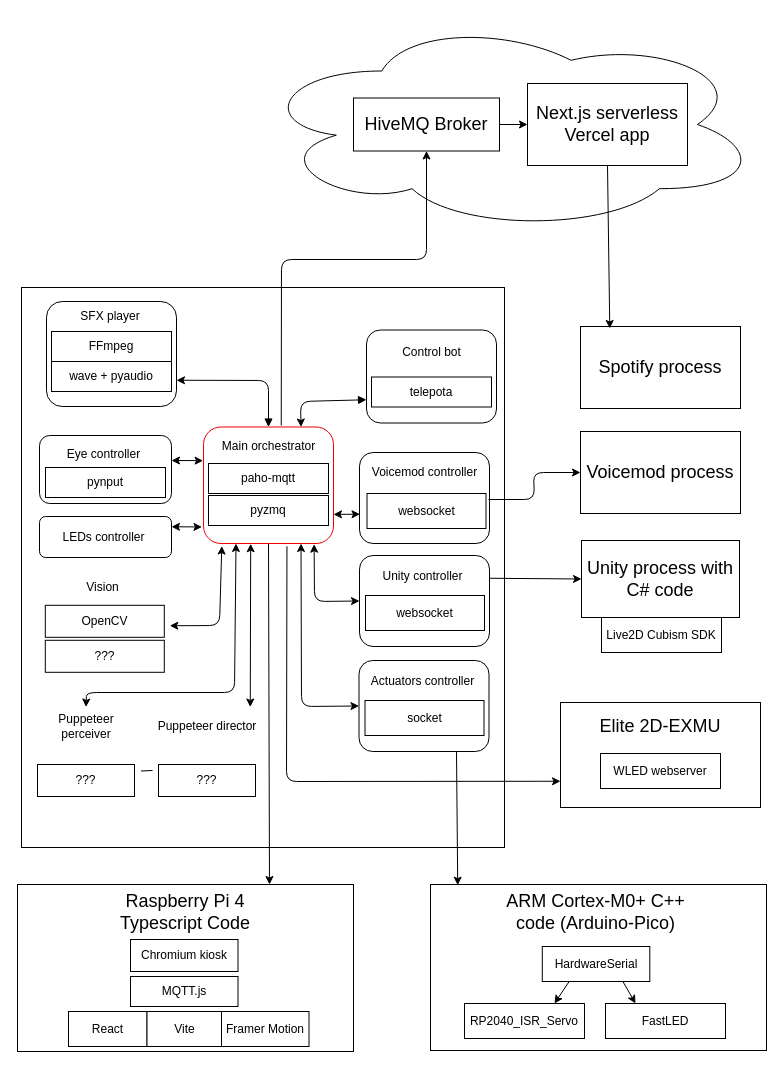
MekhyW/DYNAMO2-Electronic-Fursuit-3.0 keeps this draw.io diagram as Planning/Software.drawio. Above is the earlier version. Source tidied: cells renumbered, new cells numbered last; positions are measured from the earlier drawing's top-left corner, leaving out a move shared by most shapes. Both pictures are drawn from the tidied source at 100%, with x=0, y=0 at pixel (17, 17).
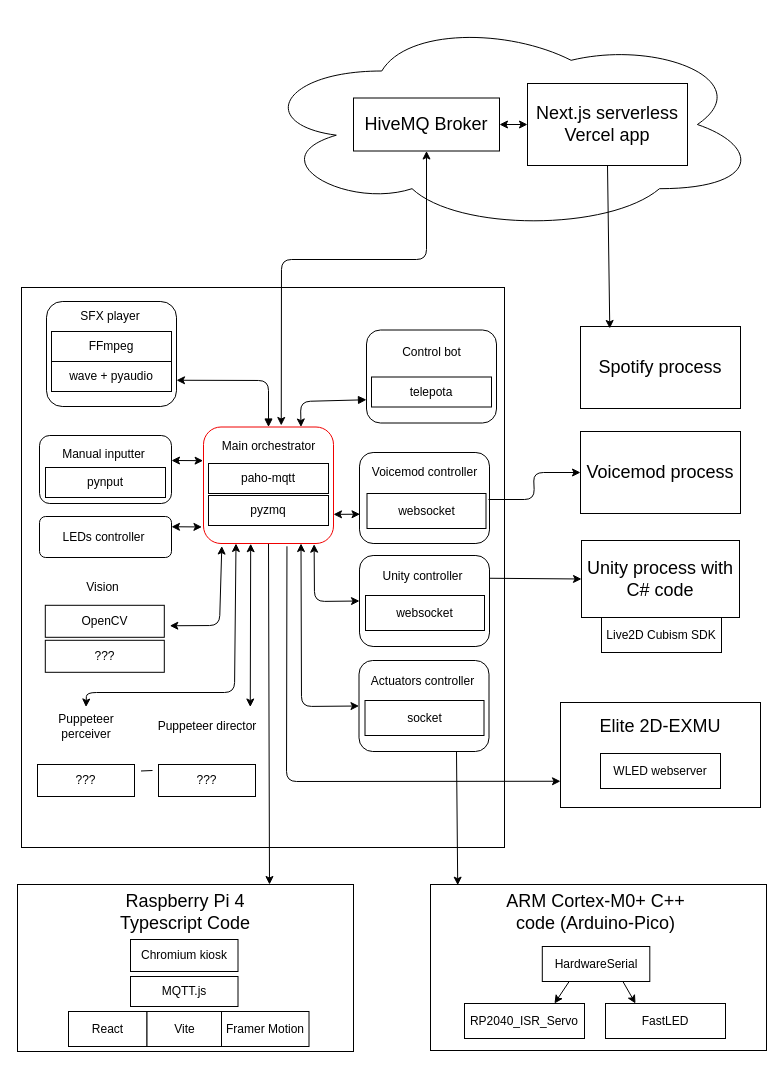
The same page after the edit.

Unchanged cells that the change refers to:
```xml
<mxCell id="32" value="&lt;font style=&quot;font-size: 18px;&quot;&gt;HiveMQ Broker&lt;/font&gt;" style="rounded=0;whiteSpace=wrap;html=1;" parent="1" vertex="1">
  <mxGeometry x="336" y="80.5" width="146" height="53" as="geometry" />
</mxCell>
<mxCell id="33" value="&lt;span style=&quot;font-size: 18px;&quot;&gt;Next.js serverless Vercel app&lt;/span&gt;" style="rounded=0;whiteSpace=wrap;html=1;" parent="1" vertex="1">
  <mxGeometry x="510" y="66" width="160" height="82" as="geometry" />
</mxCell>
<mxCell id="52" style="rounded=1;whiteSpace=wrap;html=1;fontSize=12;strokeColor=#F00000;" parent="1" vertex="1">
  <mxGeometry x="186" y="409.5" width="130" height="116.5" as="geometry" />
</mxCell>
```

Diff of the diagram source:
```diff
@@
-    <mxCell id="31" style="edgeStyle=none;html=1;" parent="1" edge="1" source="32" target="33">
+    <mxCell id="31" style="edgeStyle=none;html=1;startArrow=classic;startFill=1;" parent="1" edge="1" source="32" target="33">
       <mxGeometry relative="1" as="geometry" />
     </mxCell>
@@
-    <mxCell id="35" style="edgeStyle=none;html=1;entryX=0.5;entryY=1;entryDx=0;entryDy=0;exitX=0.598;exitY=-0.013;exitDx=0;exitDy=0;exitPerimeter=0;" parent="1" edge="1" source="52" target="32">
+    <mxCell id="35" style="edgeStyle=none;html=1;entryX=0.5;entryY=1;entryDx=0;entryDy=0;exitX=0.598;exitY=-0.013;exitDx=0;exitDy=0;exitPerimeter=0;startArrow=classic;startFill=1;" parent="1" edge="1" source="52" target="32">
       <mxGeometry relative="1" as="geometry">
         <Array as="points">
           <mxPoint x="264" y="242" />
           <mxPoint x="409" y="242" />
         </Array>
       </mxGeometry>
     </mxCell>
@@
-    <mxCell id="39" value="Eye controller" style="text;html=1;strokeColor=none;fillColor=none;align=center;verticalAlign=middle;whiteSpace=wrap;rounded=0;fontSize=12;" parent="1" vertex="1">
+    <mxCell id="39" value="Manual inputter" style="text;html=1;strokeColor=none;fillColor=none;align=center;verticalAlign=middle;whiteSpace=wrap;rounded=0;fontSize=12;" parent="1" vertex="1">
       <mxGeometry x="29" y="422" width="115" height="30" as="geometry" />
     </mxCell>
```
